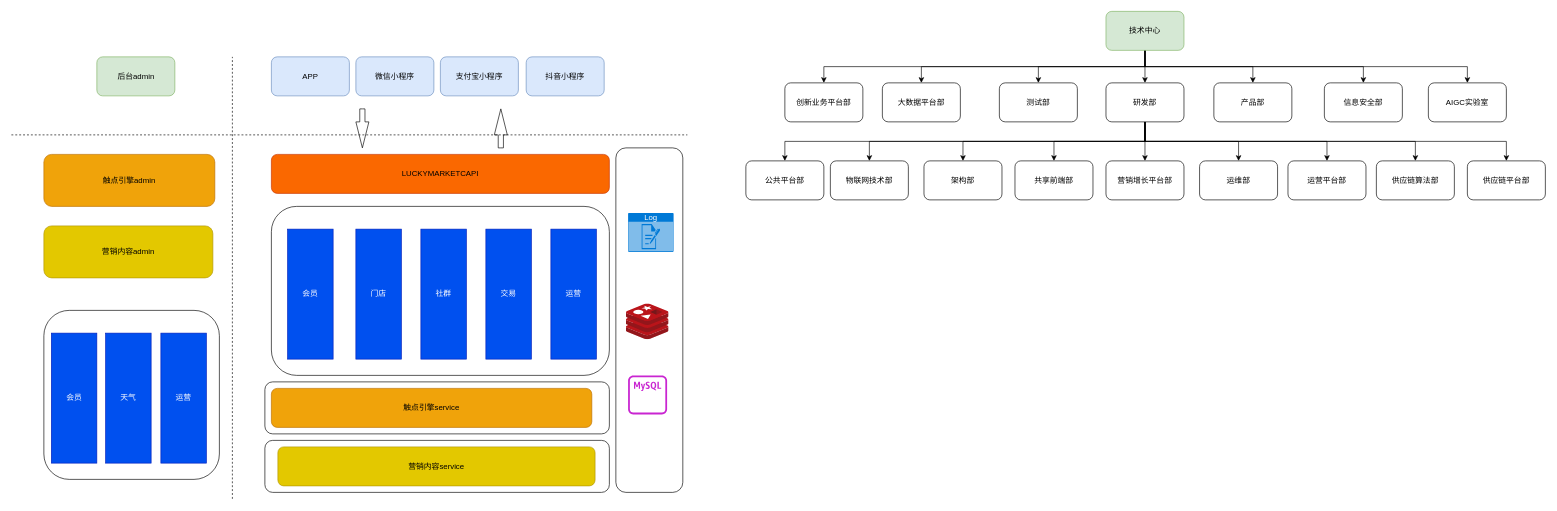
Earlier version of the draw.io diagram page "组织架构" (3 of 3) of 触点系统/券池接入触点弹窗.drawio (y13513867074/draw). Source tidied: cells renumbered, new cells numbered last; positions are measured from the earlier drawing's top-left corner, leaving out a move shared by most shapes. Both pictures are drawn from the tidied source at 65%, with x=0, y=0 at pixel (11, 11).
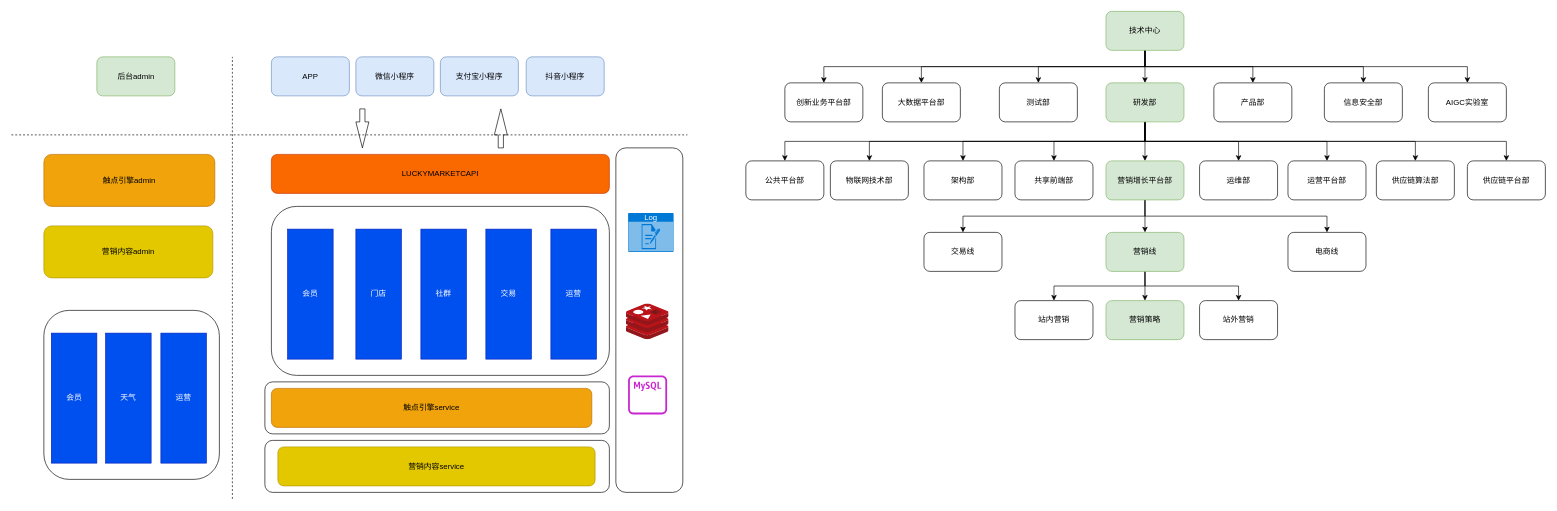
The same page after the edit.

Commit message:
更新券池接入触点弹窗.drawio

What changed in the source:
```diff
@@
-    <mxCell id="24" value="研发部" style="rounded=1;whiteSpace=wrap;html=1;" parent="1" vertex="1">
+    <mxCell id="24" value="研发部" style="rounded=1;whiteSpace=wrap;html=1;fillColor=#d5e8d4;strokeColor=#82b366;" parent="1" vertex="1">
       <mxGeometry x="1684" y="110" width="120" height="60" as="geometry" />
     </mxCell>
@@
+    <mxCell id="65" style="edgeStyle=orthogonalEdgeStyle;rounded=0;jettySize=auto;html=1;exitX=0.5;exitY=1;exitDx=0;exitDy=0;entryX=0.5;entryY=0;entryDx=0;entryDy=0;" parent="1" edge="1" source="34" target="71">
+      <mxGeometry relative="1" as="geometry" />
+    </mxCell>
+    <mxCell id="66" style="edgeStyle=orthogonalEdgeStyle;rounded=0;jettySize=auto;html=1;exitX=0.5;exitY=1;exitDx=0;exitDy=0;entryX=0.5;entryY=0;entryDx=0;entryDy=0;" parent="1" edge="1" source="34" target="72">
+      <mxGeometry relative="1" as="geometry" />
+    </mxCell>
+    <mxCell id="67" style="edgeStyle=orthogonalEdgeStyle;rounded=0;jettySize=auto;html=1;exitX=0.5;exitY=1;exitDx=0;exitDy=0;entryX=0.5;entryY=0;entryDx=0;entryDy=0;" parent="1" edge="1" source="34" target="73">
+      <mxGeometry relative="1" as="geometry" />
+    </mxCell>
-    <mxCell id="34" value="营销增长平台部" style="rounded=1;whiteSpace=wrap;html=1;" parent="1" vertex="1">
+    <mxCell id="34" value="营销增长平台部" style="rounded=1;whiteSpace=wrap;html=1;fillColor=#d5e8d4;strokeColor=#82b366;" parent="1" vertex="1">
       <mxGeometry x="1684" y="230" width="120" height="60" as="geometry" />
     </mxCell>
@@
+    <mxCell id="68" style="edgeStyle=orthogonalEdgeStyle;rounded=0;jettySize=auto;html=1;exitX=0.5;exitY=1;exitDx=0;exitDy=0;entryX=0.5;entryY=0;entryDx=0;entryDy=0;" parent="1" edge="1" source="71" target="74">
+      <mxGeometry relative="1" as="geometry" />
+    </mxCell>
+    <mxCell id="69" style="edgeStyle=orthogonalEdgeStyle;rounded=0;jettySize=auto;html=1;exitX=0.5;exitY=1;exitDx=0;exitDy=0;entryX=0.5;entryY=0;entryDx=0;entryDy=0;" parent="1" edge="1" source="71" target="75">
+      <mxGeometry relative="1" as="geometry" />
+    </mxCell>
+    <mxCell id="70" style="edgeStyle=orthogonalEdgeStyle;rounded=0;jettySize=auto;html=1;exitX=0.5;exitY=1;exitDx=0;exitDy=0;" parent="1" edge="1" source="71" target="76">
+      <mxGeometry relative="1" as="geometry" />
+    </mxCell>
+    <mxCell id="71" value="营销线" style="rounded=1;whiteSpace=wrap;html=1;fillColor=#d5e8d4;strokeColor=#82b366;" parent="1" vertex="1">
+      <mxGeometry x="1684" y="340" width="120" height="60" as="geometry" />
+    </mxCell>
+    <mxCell id="72" value="交易线" style="rounded=1;whiteSpace=wrap;html=1;" parent="1" vertex="1">
+      <mxGeometry x="1404" y="340" width="120" height="60" as="geometry" />
+    </mxCell>
+    <mxCell id="73" value="电商线" style="rounded=1;whiteSpace=wrap;html=1;" parent="1" vertex="1">
+      <mxGeometry x="1964" y="340" width="120" height="60" as="geometry" />
+    </mxCell>
+    <mxCell id="74" value="营销策略" style="rounded=1;whiteSpace=wrap;html=1;fillColor=#d5e8d4;strokeColor=#82b366;" parent="1" vertex="1">
+      <mxGeometry x="1684" y="445" width="120" height="60" as="geometry" />
+    </mxCell>
+    <mxCell id="75" value="站内营销" style="rounded=1;whiteSpace=wrap;html=1;" parent="1" vertex="1">
+      <mxGeometry x="1544" y="445" width="120" height="60" as="geometry" />
+    </mxCell>
+    <mxCell id="76" value="站外营销" style="rounded=1;whiteSpace=wrap;html=1;" parent="1" vertex="1">
+      <mxGeometry x="1828" y="445" width="120" height="60" as="geometry" />
+    </mxCell>
```
